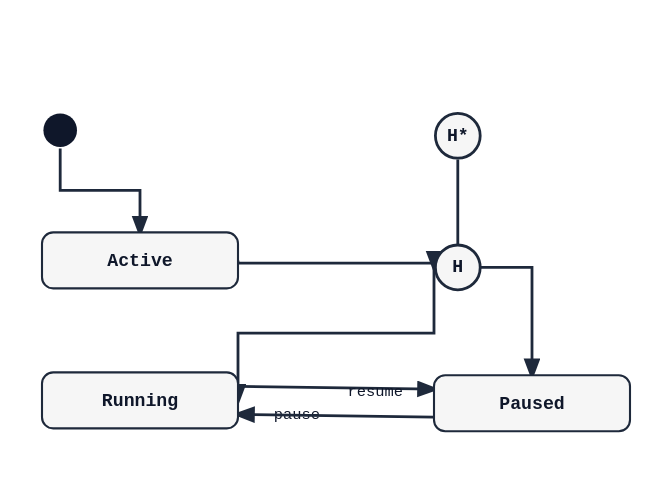
Before: docs/examples/state/04_history.svg, a diagram exported from PlantUML (alliecatowo/puml). Its source is kept beside it as docs/examples/state/04_history.puml.
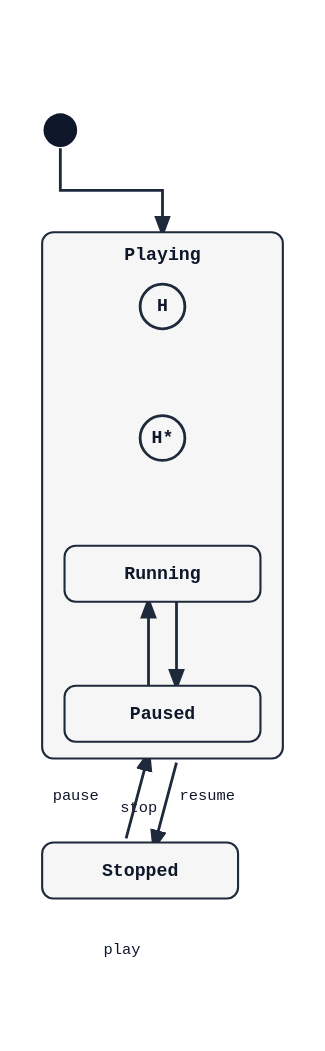
Above is the later version.

Diff of the diagram source:
```diff
@@ -1,8 +1,11 @@
 @startuml
-[*] --> Active
-Active --> [H]
-[H] --> Running
-[H*] --> Paused
-Running --> Paused : pause
-Paused --> Running : resume
+[*] --> Playing
+state Playing {
+  [H]
+  [H*]
+  Running --> Paused : pause
+  Paused --> Running : resume
+}
+Playing --> Stopped : stop
+Stopped --> Playing : play
 @enduml
```
